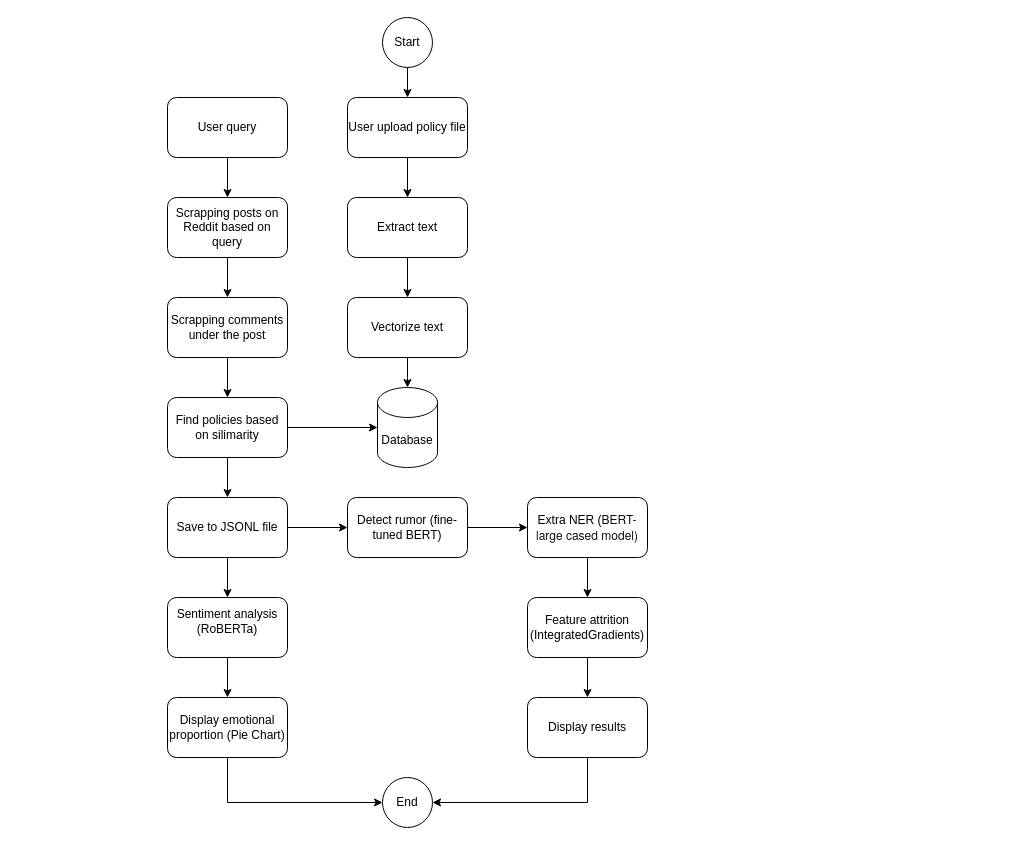
Above: Flowchart.drawio in yannsusu/IntelliGuard (draw.io), before the change. Source tidied: cells renumbered, new cells numbered last; positions are measured from the earlier drawing's top-left corner, leaving out a move shared by most shapes. Both pictures are drawn from the tidied source at 100%, with x=0, y=0 at pixel (167, 17).
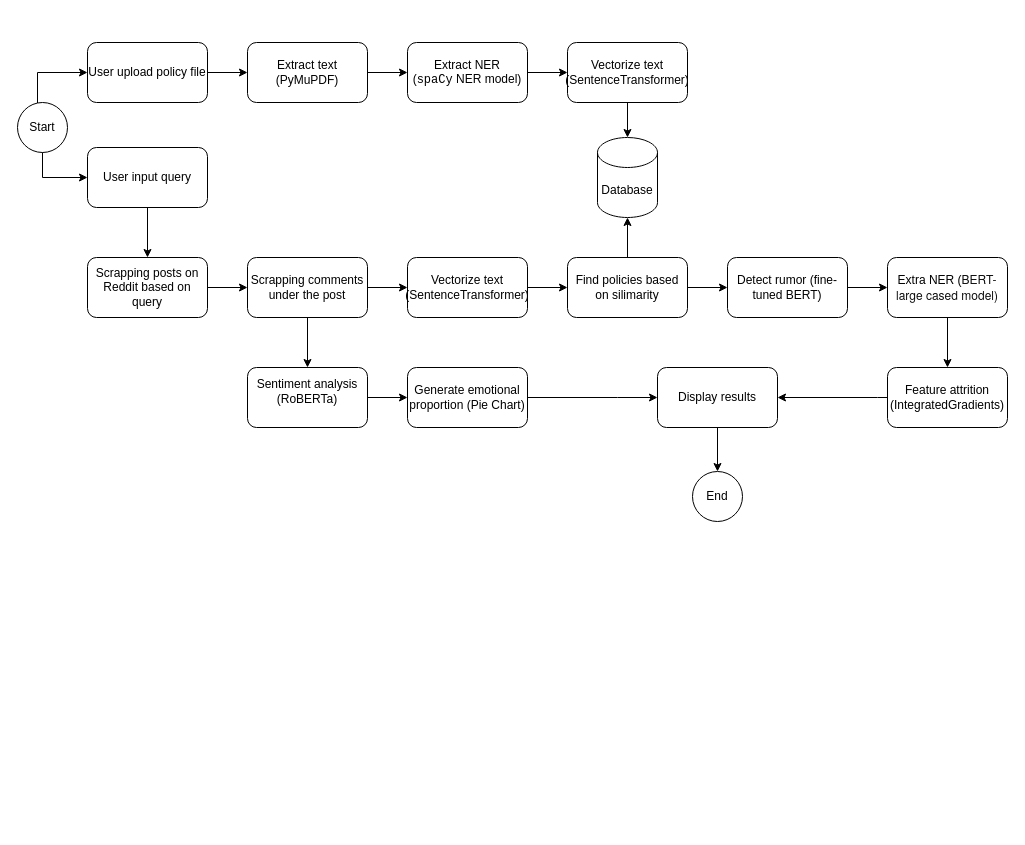
After the change.

What changed in the source:
```diff
@@
     <mxCell id="2" value="Database" style="shape=cylinder3;whiteSpace=wrap;html=1;boundedLbl=1;backgroundOutline=1;size=15;" parent="1" vertex="1">
-      <mxGeometry x="210" y="370" width="60" height="80" as="geometry" />
+      <mxGeometry x="430" y="120" width="60" height="80" as="geometry" />
     </mxCell>
     <mxCell id="3" style="edgeStyle=orthogonalEdgeStyle;rounded=0;jettySize=auto;html=1;" parent="1" edge="1" source="4" target="6">
-      <mxGeometry relative="1" as="geometry" />
+      <mxGeometry relative="1" as="geometry">
+        <Array as="points">
+          <mxPoint x="-130" y="55" />
+        </Array>
+      </mxGeometry>
     </mxCell>
     <mxCell id="4" value="Start" style="ellipse;whiteSpace=wrap;html=1;" parent="1" vertex="1">
-      <mxGeometry x="215" width="50" height="50" as="geometry" />
+      <mxGeometry x="-150" y="85" width="50" height="50" as="geometry" />
     </mxCell>
@@
-    <mxCell id="6" value="User upload policy file" style="rounded=1;whiteSpace=wrap;html=1;" parent="1" vertex="1">
-      <mxGeometry x="180" y="80" width="120" height="60" as="geometry" />
-    </mxCell>
@@
-    <mxCell id="8" value="Extract text" style="rounded=1;whiteSpace=wrap;html=1;" parent="1" vertex="1">
-      <mxGeometry x="180" y="180" width="120" height="60" as="geometry" />
+    <mxCell id="8" value="&lt;font face=&quot;Helvetica&quot; style=&quot;font-size: 12px;&quot;&gt;Extract text (&lt;/font&gt;PyMuPDF)" style="rounded=1;whiteSpace=wrap;html=1;" parent="1" vertex="1">
+      <mxGeometry x="80" y="25" width="120" height="60" as="geometry" />
     </mxCell>
-    <mxCell id="9" style="edgeStyle=orthogonalEdgeStyle;rounded=0;jettySize=auto;html=1;entryX=0.5;entryY=0;entryDx=0;entryDy=0;entryPerimeter=0;" parent="1" edge="1" source="10" target="2">
-      <mxGeometry relative="1" as="geometry">
-        <Array as="points">
-          <mxPoint x="240" y="360" />
-          <mxPoint x="240" y="360" />
-        </Array>
-      </mxGeometry>
-    </mxCell>
+    <mxCell id="36" style="edgeStyle=orthogonalEdgeStyle;rounded=0;jettySize=auto;html=1;" parent="1" edge="1" source="10" target="43">
+      <mxGeometry relative="1" as="geometry" />
+    </mxCell>
-    <mxCell id="10" value="Vectorize text" style="rounded=1;whiteSpace=wrap;html=1;" parent="1" vertex="1">
-      <mxGeometry x="180" y="280" width="120" height="60" as="geometry" />
+    <mxCell id="10" value="Extract NER (&lt;code&gt;spaCy&lt;/code&gt;&amp;nbsp;NER model)" style="rounded=1;whiteSpace=wrap;html=1;" parent="1" vertex="1">
+      <mxGeometry x="240" y="25" width="120" height="60" as="geometry" />
     </mxCell>
@@
-    <mxCell id="12" value="User query" style="rounded=1;whiteSpace=wrap;html=1;" parent="1" vertex="1">
-      <mxGeometry y="80" width="120" height="60" as="geometry" />
+    <mxCell id="12" value="User input query" style="rounded=1;whiteSpace=wrap;html=1;" parent="1" vertex="1">
+      <mxGeometry x="-80" y="130" width="120" height="60" as="geometry" />
     </mxCell>
@@
     <mxCell id="14" value="Scrapping posts on Reddit based on query" style="whiteSpace=wrap;html=1;rounded=1;" parent="1" vertex="1">
-      <mxGeometry y="180" width="120" height="60" as="geometry" />
+      <mxGeometry x="-80" y="240" width="120" height="60" as="geometry" />
     </mxCell>
-    <mxCell id="15" style="edgeStyle=orthogonalEdgeStyle;rounded=0;jettySize=auto;html=1;" parent="1" edge="1" source="16" target="18">
-      <mxGeometry relative="1" as="geometry" />
-    </mxCell>
+    <mxCell id="37" style="edgeStyle=orthogonalEdgeStyle;rounded=0;jettySize=auto;html=1;" parent="1" edge="1" source="16" target="41">
+      <mxGeometry relative="1" as="geometry" />
+    </mxCell>
     <mxCell id="16" value="Scrapping comments under the post" style="whiteSpace=wrap;html=1;rounded=1;" parent="1" vertex="1">
-      <mxGeometry y="280" width="120" height="60" as="geometry" />
+      <mxGeometry x="80" y="240" width="120" height="60" as="geometry" />
     </mxCell>
-    <mxCell id="17" style="edgeStyle=orthogonalEdgeStyle;rounded=0;jettySize=auto;html=1;" parent="1" edge="1" source="18" target="21">
-      <mxGeometry relative="1" as="geometry" />
-    </mxCell>
+    <mxCell id="38" style="edgeStyle=orthogonalEdgeStyle;rounded=0;jettySize=auto;html=1;" parent="1" edge="1" source="18" target="24">
+      <mxGeometry relative="1" as="geometry" />
+    </mxCell>
     <mxCell id="18" value="Find policies based on silimarity" style="rounded=1;whiteSpace=wrap;html=1;" parent="1" vertex="1">
-      <mxGeometry y="380" width="120" height="60" as="geometry" />
+      <mxGeometry x="400" y="240" width="120" height="60" as="geometry" />
     </mxCell>
-    <mxCell id="19" style="edgeStyle=orthogonalEdgeStyle;rounded=0;jettySize=auto;html=1;" parent="1" edge="1" source="21" target="24">
-      <mxGeometry relative="1" as="geometry" />
-    </mxCell>
-    <mxCell id="20" style="edgeStyle=orthogonalEdgeStyle;rounded=0;jettySize=auto;html=1;" parent="1" edge="1" source="21" target="29">
+    <mxCell id="20" style="edgeStyle=orthogonalEdgeStyle;rounded=0;jettySize=auto;html=1;exitX=0.5;exitY=1;exitDx=0;exitDy=0;" parent="1" edge="1" source="16" target="29">
       <mxGeometry relative="1" as="geometry" />
     </mxCell>
-    <mxCell id="21" value="Save to JSONL file" style="whiteSpace=wrap;html=1;rounded=1;" parent="1" vertex="1">
-      <mxGeometry y="480" width="120" height="60" as="geometry" />
-    </mxCell>
-    <mxCell id="22" style="endArrow=classic;html=1;rounded=0;entryX=0;entryY=0.5;entryDx=0;entryDy=0;entryPerimeter=0;exitX=1;exitY=0.5;exitDx=0;exitDy=0;" parent="1" edge="1" source="18" target="2">
+    <mxCell id="22" style="endArrow=classic;html=1;rounded=0;" parent="1" edge="1" source="18">
       <mxGeometry relative="1" as="geometry">
-        <Array as="points">
-          <mxPoint x="210" y="410" />
-        </Array>
+        <mxPoint x="460" y="200" as="targetPoint" />
       </mxGeometry>
     </mxCell>
@@
     <mxCell id="24" value="Detect rumor (fine-tuned BERT)" style="whiteSpace=wrap;html=1;rounded=1;" parent="1" vertex="1">
-      <mxGeometry x="180" y="480" width="120" height="60" as="geometry" />
+      <mxGeometry x="560" y="240" width="120" height="60" as="geometry" />
     </mxCell>
@@
     <mxCell id="26" value="&lt;font style=&quot;font-size: 12px;&quot;&gt;Extra NER (&lt;span style=&quot;color: rgb(14, 14, 14); font-family: &amp;quot;Helvetica Neue&amp;quot;; background-color: transparent;&quot;&gt;BERT-large cased model)&lt;/span&gt;&lt;/font&gt;" style="whiteSpace=wrap;html=1;rounded=1;" parent="1" vertex="1">
-      <mxGeometry x="360" y="480" width="120" height="60" as="geometry" />
+      <mxGeometry x="720" y="240" width="120" height="60" as="geometry" />
     </mxCell>
+    <mxCell id="39" style="edgeStyle=orthogonalEdgeStyle;rounded=0;jettySize=auto;html=1;" parent="1" edge="1" source="27" target="30">
+      <mxGeometry relative="1" as="geometry">
+        <Array as="points">
+          <mxPoint x="710" y="380" />
+          <mxPoint x="710" y="380" />
+        </Array>
+      </mxGeometry>
+    </mxCell>
     <mxCell id="27" value="Feature attrition (IntegratedGradients)" style="whiteSpace=wrap;html=1;rounded=1;" parent="1" vertex="1">
-      <mxGeometry x="360" y="580" width="120" height="60" as="geometry" />
+      <mxGeometry x="720" y="350" width="120" height="60" as="geometry" />
     </mxCell>
@@
     <mxCell id="29" value="&lt;font style=&quot;font-size: 12px;&quot;&gt;Sentiment analysis (&lt;span style=&quot;background-color: transparent; color: light-dark(rgb(0, 0, 0), rgb(255, 255, 255));&quot;&gt;RoBERTa)&lt;/span&gt;&lt;/font&gt;&lt;p&gt;&lt;/p&gt;" style="whiteSpace=wrap;html=1;rounded=1;" parent="1" vertex="1">
-      <mxGeometry y="580" width="120" height="60" as="geometry" />
+      <mxGeometry x="80" y="350" width="120" height="60" as="geometry" />
     </mxCell>
     <mxCell id="30" value="Display results" style="whiteSpace=wrap;html=1;rounded=1;" parent="1" vertex="1">
-      <mxGeometry x="360" y="680" width="120" height="60" as="geometry" />
+      <mxGeometry x="490" y="350" width="120" height="60" as="geometry" />
     </mxCell>
-    <mxCell id="31" style="endArrow=classic;html=1;rounded=0;exitX=0.5;exitY=1;exitDx=0;exitDy=0;" parent="1" edge="1" source="27">
-      <mxGeometry relative="1" as="geometry">
-        <mxPoint x="420" y="680" as="targetPoint" />
-      </mxGeometry>
-    </mxCell>
-    <mxCell id="32" value="Display emotional proportion (Pie Chart)" style="whiteSpace=wrap;html=1;rounded=1;" parent="1" vertex="1">
-      <mxGeometry y="680" width="120" height="60" as="geometry" />
+    <mxCell id="32" value="Generate emotional proportion (Pie Chart)" style="whiteSpace=wrap;html=1;rounded=1;" parent="1" vertex="1">
+      <mxGeometry x="240" y="350" width="120" height="60" as="geometry" />
     </mxCell>
     <mxCell id="33" value="End" style="ellipse;whiteSpace=wrap;html=1;" parent="1" vertex="1">
-      <mxGeometry x="215" y="760" width="50" height="50" as="geometry" />
+      <mxGeometry x="525" y="454" width="50" height="50" as="geometry" />
     </mxCell>
-    <mxCell id="34" style="endArrow=classic;html=1;rounded=0;exitX=0.5;exitY=1;exitDx=0;exitDy=0;entryX=0;entryY=0.5;entryDx=0;entryDy=0;" parent="1" edge="1" source="32" target="33">
-      <mxGeometry relative="1" as="geometry">
-        <Array as="points">
-          <mxPoint x="60" y="785" />
-        </Array>
-      </mxGeometry>
-    </mxCell>
-    <mxCell id="35" style="endArrow=classic;html=1;rounded=0;exitX=0.5;exitY=1;exitDx=0;exitDy=0;entryX=1;entryY=0.5;entryDx=0;entryDy=0;" parent="1" edge="1" source="30" target="33">
-      <mxGeometry relative="1" as="geometry">
-        <Array as="points">
-          <mxPoint x="420" y="785" />
-        </Array>
-      </mxGeometry>
+    <mxCell id="35" style="endArrow=classic;html=1;rounded=0;exitX=0.5;exitY=1;exitDx=0;exitDy=0;entryX=0.5;entryY=0;entryDx=0;entryDy=0;" parent="1" edge="1" source="30" target="33">
+      <mxGeometry relative="1" as="geometry" />
     </mxCell>
+    <mxCell id="40" style="edgeStyle=orthogonalEdgeStyle;rounded=0;jettySize=auto;html=1;" parent="1" edge="1" source="41" target="18">
+      <mxGeometry relative="1" as="geometry" />
+    </mxCell>
+    <mxCell id="41" value="Vectorize text (SentenceTransformer)" style="rounded=1;whiteSpace=wrap;html=1;" parent="1" vertex="1">
+      <mxGeometry x="240" y="240" width="120" height="60" as="geometry" />
+    </mxCell>
+    <mxCell id="42" style="edgeStyle=orthogonalEdgeStyle;rounded=0;jettySize=auto;html=1;" parent="1" edge="1" source="43" target="2">
+      <mxGeometry relative="1" as="geometry" />
+    </mxCell>
+    <mxCell id="43" value="Vectorize text (SentenceTransformer)" style="rounded=1;whiteSpace=wrap;html=1;" parent="1" vertex="1">
+      <mxGeometry x="400" y="25" width="120" height="60" as="geometry" />
+    </mxCell>
+    <mxCell id="44" style="endArrow=classic;html=1;rounded=0;entryX=0;entryY=0.5;entryDx=0;entryDy=0;exitX=0.5;exitY=1;exitDx=0;exitDy=0;" parent="1" edge="1" source="4" target="12">
+      <mxGeometry relative="1" as="geometry">
+        <Array as="points">
+          <mxPoint x="-125" y="160" />
+        </Array>
+      </mxGeometry>
+    </mxCell>
+    <mxCell id="45" style="endArrow=classic;html=1;rounded=0;exitX=1;exitY=0.5;exitDx=0;exitDy=0;entryX=0;entryY=0.5;entryDx=0;entryDy=0;" parent="1" edge="1" source="32" target="30">
+      <mxGeometry relative="1" as="geometry">
+        <Array as="points">
+          <mxPoint x="450" y="380" />
+        </Array>
+      </mxGeometry>
+    </mxCell>
+    <mxCell id="6" value="User upload policy file" style="rounded=1;whiteSpace=wrap;html=1;" parent="1" vertex="1">
+      <mxGeometry x="-80" y="25" width="120" height="60" as="geometry" />
+    </mxCell>
```
